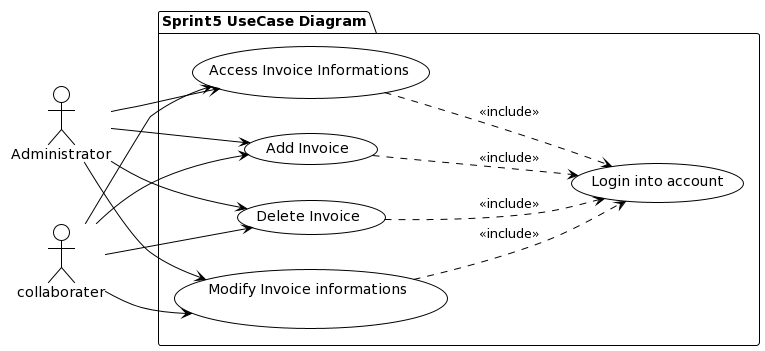
This is Figures/UML/UseCaseDiagram/Sprint5.png from softsurgery/PFE, a PlantUML export, as it was before one commit.
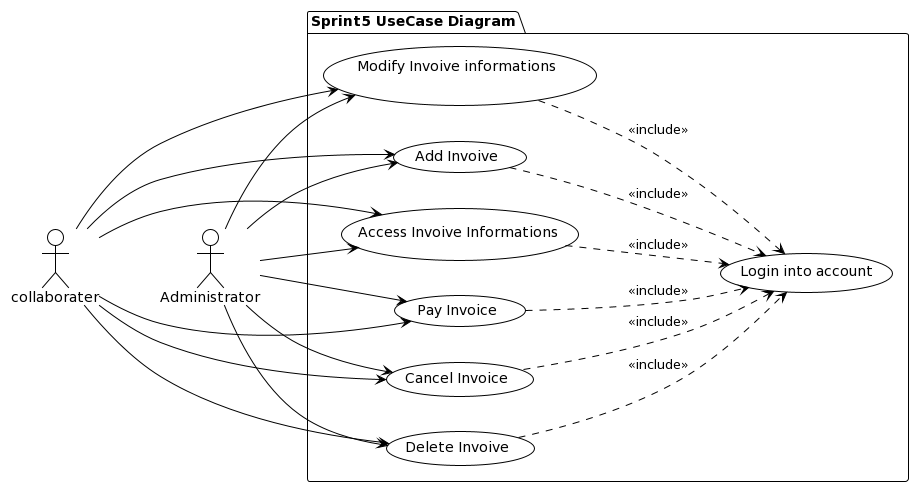
After the commit.

Diff of the diagram source:
```diff
@@ -6,14 +6,20 @@
 :collaborater: as c
 
 package "Sprint5 UseCase Diagram" {
-(Add Invoice) as addC
-(Access Invoice Informations ) as accessC
-(Modify Invoice informations\n ) as modifyC
-(Delete Invoice) as deleteC
+(Add Invoive) as addC
+(Access Invoive Informations ) as accessC
+(Modify Invoive informations\n ) as modifyC
+(Delete Invoive) as deleteC
+(Pay Invoice) as pay
+(Cancel Invoice) as cancel
 (Login into account) as login
 }
 
+c ---> pay
+a --> cancel
 a --> addC
+a --> pay
+c --> cancel
 c -->  addC
 a --> accessC
 a --> modifyC
@@ -22,8 +28,11 @@
 c --> modifyC
 c --> deleteC
 
+
 modifyC ..> login : <<include>>
 accessC ..> login : <<include>>
 deleteC ..> login : <<include>>
 addC ..> login : <<include>>
+pay ..> login : <<include>>
+cancel ..> login : <<include>>
 @enduml
```
